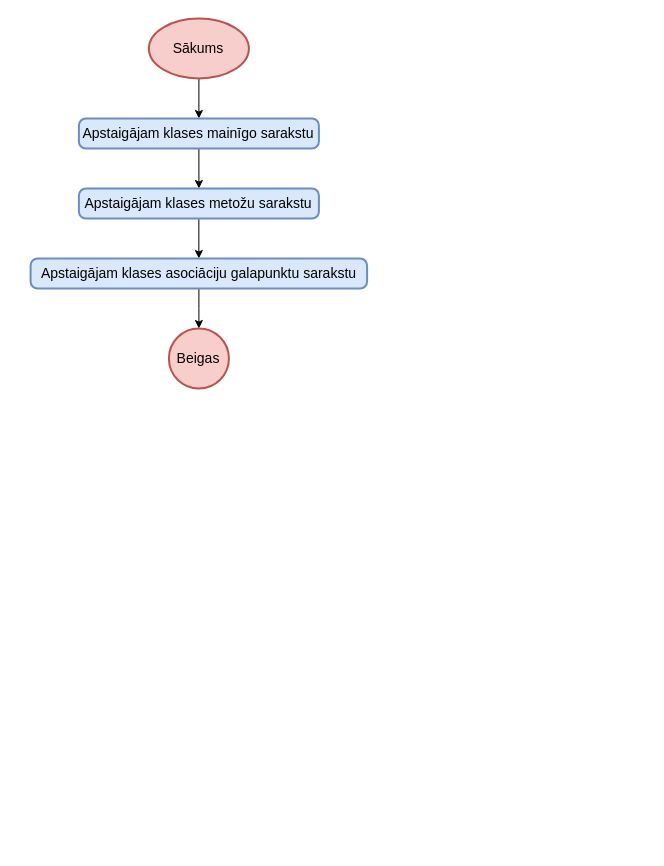
The draw.io diagram page "Mainīga vārda pārbaude" (5 of 5) of src/Kvalifikacijas darbs/Diagrammas/Kompilators/Lauki un mainīgie.drawio in artiks12/webAppOS, before the edit. Source tidied: cells renumbered, new cells numbered last; positions are measured from the earlier drawing's top-left corner, leaving out a move shared by most shapes. Both pictures are drawn from the tidied source at 100%, with x=0, y=0 at pixel (30, 18).
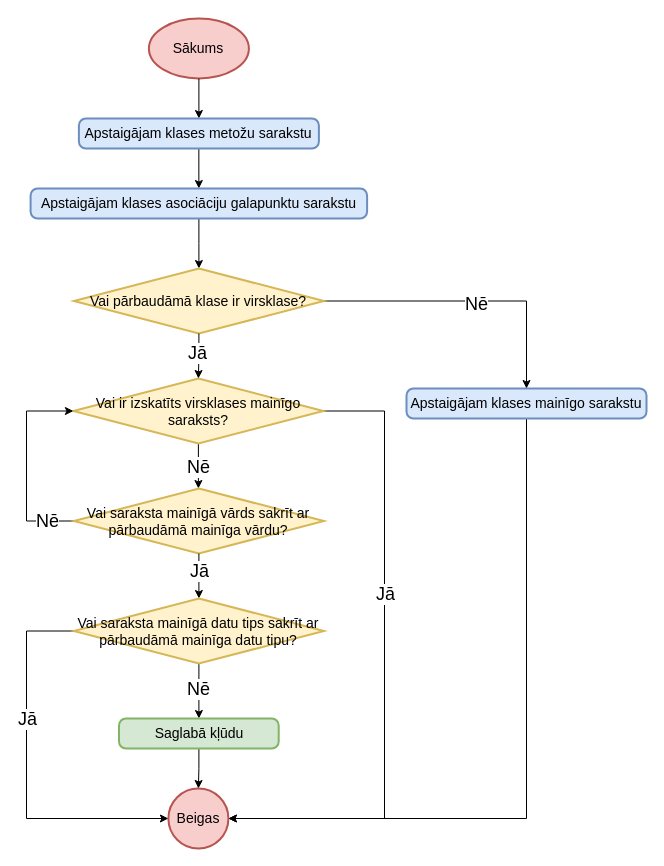
After the change.

The change refers to these unchanged cells:
```xml
<mxCell id="3" value="Sākums" style="strokeWidth=2;html=1;shape=mxgraph.flowchart.start_1;whiteSpace=wrap;fontSize=14;fillColor=#f8cecc;strokeColor=#b85450;" parent="1" vertex="1">
  <mxGeometry x="118.4" width="100" height="60" as="geometry" />
</mxCell>
```

The edit, as a diff of the source:
```diff
@@
-    <mxCell id="2" style="edgeStyle=orthogonalEdgeStyle;rounded=0;jettySize=auto;html=1;entryX=0.5;entryY=0;entryDx=0;entryDy=0;" parent="1" edge="1" source="3" target="5">
-      <mxGeometry relative="1" as="geometry" />
-    </mxCell>
@@
-    <mxCell id="4" style="edgeStyle=orthogonalEdgeStyle;rounded=0;jettySize=auto;html=1;entryX=0.5;entryY=0;entryDx=0;entryDy=0;fontSize=18;" parent="1" edge="1" source="5" target="7">
+    <mxCell id="4" style="edgeStyle=orthogonalEdgeStyle;rounded=0;jettySize=auto;html=1;entryX=0.5;entryY=0;entryDx=0;entryDy=0;fontSize=18;exitX=0.5;exitY=1;exitDx=0;exitDy=0;exitPerimeter=0;" parent="1" edge="1" source="3" target="7">
       <mxGeometry relative="1" as="geometry" />
     </mxCell>
-    <mxCell id="5" value="Apstaigājam klases mainīgo sarakstu" style="rounded=1;whiteSpace=wrap;html=1;absoluteArcSize=1;arcSize=14;strokeWidth=2;fontSize=14;fillColor=#dae8fc;strokeColor=#6c8ebf;" parent="1" vertex="1">
-      <mxGeometry x="48.4" y="100" width="240" height="30" as="geometry" />
-    </mxCell>
@@
     <mxCell id="7" value="Apstaigājam klases metožu sarakstu" style="rounded=1;whiteSpace=wrap;html=1;absoluteArcSize=1;arcSize=14;strokeWidth=2;fontSize=14;fillColor=#dae8fc;strokeColor=#6c8ebf;" parent="1" vertex="1">
-      <mxGeometry x="48.4" y="170" width="240" height="30" as="geometry" />
+      <mxGeometry x="48.4" y="100" width="240" height="30" as="geometry" />
     </mxCell>
-    <mxCell id="8" style="edgeStyle=orthogonalEdgeStyle;rounded=0;jettySize=auto;html=1;entryX=0.5;entryY=0;entryDx=0;entryDy=0;entryPerimeter=0;" parent="1" edge="1" source="9" target="10">
+    <mxCell id="8" style="edgeStyle=orthogonalEdgeStyle;rounded=0;jettySize=auto;html=1;entryX=0.5;entryY=0;entryDx=0;entryDy=0;entryPerimeter=0;" parent="1" edge="1" source="9" target="14">
       <mxGeometry relative="1" as="geometry" />
     </mxCell>
     <mxCell id="9" value="Apstaigājam klases asociāciju galapunktu sarakstu" style="rounded=1;whiteSpace=wrap;html=1;absoluteArcSize=1;arcSize=14;strokeWidth=2;fontSize=14;fillColor=#dae8fc;strokeColor=#6c8ebf;" parent="1" vertex="1">
-      <mxGeometry x="0.1" y="240" width="336.5" height="30" as="geometry" />
+      <mxGeometry x="0.1" y="170" width="336.5" height="30" as="geometry" />
     </mxCell>
+    <mxCell id="11" style="edgeStyle=orthogonalEdgeStyle;rounded=0;jettySize=auto;html=1;entryX=1;entryY=0.5;entryDx=0;entryDy=0;entryPerimeter=0;" parent="1" edge="1" source="5" target="10">
+      <mxGeometry relative="1" as="geometry">
+        <Array as="points">
+          <mxPoint x="496" y="800" />
+        </Array>
+      </mxGeometry>
+    </mxCell>
+    <mxCell id="5" value="Apstaigājam klases mainīgo sarakstu" style="rounded=1;whiteSpace=wrap;html=1;absoluteArcSize=1;arcSize=14;strokeWidth=2;fontSize=14;fillColor=#dae8fc;strokeColor=#6c8ebf;" parent="1" vertex="1">
+      <mxGeometry x="376" y="370" width="240" height="30" as="geometry" />
+    </mxCell>
     <mxCell id="10" value="Beigas" style="strokeWidth=2;html=1;shape=mxgraph.flowchart.start_2;whiteSpace=wrap;fontSize=14;fillColor=#f8cecc;strokeColor=#b85450;" parent="1" vertex="1">
-      <mxGeometry x="138.4" y="310" width="60" height="60" as="geometry" />
+      <mxGeometry x="137.9" y="770" width="60" height="60" as="geometry" />
     </mxCell>
+    <mxCell id="12" style="edgeStyle=orthogonalEdgeStyle;rounded=0;jettySize=auto;html=1;entryX=0.5;entryY=0;entryDx=0;entryDy=0;" parent="1" edge="1" source="14" target="5">
+      <mxGeometry relative="1" as="geometry" />
+    </mxCell>
+    <mxCell id="13" value="&lt;font style=&quot;font-size: 18px&quot;&gt;Nē&lt;/font&gt;" style="edgeLabel;html=1;align=center;verticalAlign=middle;" parent="12" vertex="1">
+      <mxGeometry x="0.05" y="-2" relative="1" as="geometry">
+        <mxPoint y="1" as="offset" />
+      </mxGeometry>
+    </mxCell>
+    <mxCell id="14" value="Vai pārbaudāmā klase ir virsklase?" style="strokeWidth=2;html=1;shape=mxgraph.flowchart.decision;whiteSpace=wrap;fontSize=14;fillColor=#fff2cc;strokeColor=#d6b656;" parent="1" vertex="1">
+      <mxGeometry x="43.4" y="250" width="250" height="65" as="geometry" />
+    </mxCell>
+    <mxCell id="15" style="edgeStyle=orthogonalEdgeStyle;rounded=0;jettySize=auto;html=1;fontSize=18;" parent="1" edge="1" target="22">
+      <mxGeometry relative="1" as="geometry">
+        <mxPoint x="167.9" y="425" as="sourcePoint" />
+      </mxGeometry>
+    </mxCell>
+    <mxCell id="16" value="Nē" style="edgeLabel;html=1;align=center;verticalAlign=middle;fontSize=18;labelBackgroundColor=#FFFFFF;" parent="15" vertex="1">
+      <mxGeometry x="0.24" y="1" relative="1" as="geometry">
+        <mxPoint x="-1" y="-5" as="offset" />
+      </mxGeometry>
+    </mxCell>
+    <mxCell id="17" style="edgeStyle=orthogonalEdgeStyle;rounded=0;jettySize=auto;html=1;exitX=1;exitY=0.5;exitDx=0;exitDy=0;exitPerimeter=0;fontSize=18;entryX=1;entryY=0.5;entryDx=0;entryDy=0;entryPerimeter=0;" parent="1" edge="1" source="19" target="10">
+      <mxGeometry relative="1" as="geometry">
+        <Array as="points">
+          <mxPoint x="354" y="393" />
+          <mxPoint x="354" y="800" />
+        </Array>
+      </mxGeometry>
+    </mxCell>
+    <mxCell id="18" value="Jā" style="edgeLabel;html=1;align=center;verticalAlign=middle;fontSize=18;labelBackgroundColor=#FFFFFF;" parent="17" vertex="1">
+      <mxGeometry x="-0.22" relative="1" as="geometry" />
+    </mxCell>
+    <mxCell id="19" value="Vai ir izskatīts virsklases mainīgo saraksts?" style="strokeWidth=2;html=1;shape=mxgraph.flowchart.decision;whiteSpace=wrap;fontSize=14;fillColor=#fff2cc;strokeColor=#d6b656;" parent="1" vertex="1">
+      <mxGeometry x="42.9" y="360" width="250" height="65" as="geometry" />
+    </mxCell>
+    <mxCell id="20" style="edgeStyle=orthogonalEdgeStyle;rounded=0;jettySize=auto;html=1;entryX=0;entryY=0.5;entryDx=0;entryDy=0;entryPerimeter=0;fontSize=18;exitX=0;exitY=0.5;exitDx=0;exitDy=0;exitPerimeter=0;" parent="1" edge="1" source="22" target="19">
+      <mxGeometry relative="1" as="geometry">
+        <Array as="points">
+          <mxPoint x="-4" y="503" />
+          <mxPoint x="-4" y="393" />
+        </Array>
+      </mxGeometry>
+    </mxCell>
+    <mxCell id="21" value="&lt;font style=&quot;font-size: 18px&quot;&gt;Nē&lt;/font&gt;" style="edgeLabel;html=1;align=center;verticalAlign=middle;labelBackgroundColor=#FFFFFF;" parent="20" vertex="1">
+      <mxGeometry x="0.16" y="-1" relative="1" as="geometry">
+        <mxPoint x="19" y="71" as="offset" />
+      </mxGeometry>
+    </mxCell>
+    <mxCell id="22" value="Vai saraksta mainīgā vārds sakrīt ar pārbaudāmā mainīga vārdu?" style="strokeWidth=2;html=1;shape=mxgraph.flowchart.decision;whiteSpace=wrap;fontSize=14;fillColor=#fff2cc;strokeColor=#d6b656;" parent="1" vertex="1">
+      <mxGeometry x="43.4" y="470" width="250" height="65" as="geometry" />
+    </mxCell>
+    <mxCell id="23" style="edgeStyle=orthogonalEdgeStyle;rounded=0;jettySize=auto;html=1;entryX=0.5;entryY=0;entryDx=0;entryDy=0;entryPerimeter=0;fontSize=18;exitX=0.5;exitY=1;exitDx=0;exitDy=0;exitPerimeter=0;" parent="1" edge="1" source="14" target="19">
+      <mxGeometry relative="1" as="geometry" />
+    </mxCell>
+    <mxCell id="24" value="Jā" style="edgeLabel;html=1;align=center;verticalAlign=middle;fontSize=18;labelBackgroundColor=#FFFFFF;" parent="1" vertex="1">
+      <mxGeometry x="166.9" y="334" as="geometry" />
+    </mxCell>
+    <mxCell id="25" style="edgeStyle=orthogonalEdgeStyle;rounded=0;jettySize=auto;html=1;fontSize=18;entryX=0.5;entryY=0;entryDx=0;entryDy=0;entryPerimeter=0;exitX=0.5;exitY=1;exitDx=0;exitDy=0;exitPerimeter=0;" parent="1" edge="1" source="22" target="30">
+      <mxGeometry relative="1" as="geometry" />
+    </mxCell>
+    <mxCell id="26" value="Jā" style="edgeLabel;html=1;align=center;verticalAlign=middle;fontSize=18;labelBackgroundColor=#FFFFFF;" parent="25" vertex="1">
+      <mxGeometry x="-0.23" relative="1" as="geometry" />
+    </mxCell>
+    <mxCell id="27" style="edgeStyle=orthogonalEdgeStyle;rounded=0;jettySize=auto;html=1;" parent="1" edge="1" source="30" target="32">
+      <mxGeometry relative="1" as="geometry" />
+    </mxCell>
+    <mxCell id="28" style="edgeStyle=orthogonalEdgeStyle;rounded=0;jettySize=auto;html=1;entryX=0;entryY=0.5;entryDx=0;entryDy=0;entryPerimeter=0;" parent="1" edge="1" source="30" target="10">
+      <mxGeometry relative="1" as="geometry">
+        <Array as="points">
+          <mxPoint x="-4" y="613" />
+          <mxPoint x="-4" y="800" />
+        </Array>
+      </mxGeometry>
+    </mxCell>
+    <mxCell id="29" value="&lt;font style=&quot;font-size: 18px&quot;&gt;Jā&lt;/font&gt;" style="edgeLabel;html=1;align=center;verticalAlign=middle;" parent="28" vertex="1">
+      <mxGeometry x="-0.45" y="1" relative="1" as="geometry">
+        <mxPoint x="-1" y="31" as="offset" />
+      </mxGeometry>
+    </mxCell>
+    <mxCell id="30" value="Vai saraksta mainīgā datu tips sakrīt ar pārbaudāmā mainīga datu tipu?" style="strokeWidth=2;html=1;shape=mxgraph.flowchart.decision;whiteSpace=wrap;fontSize=14;fillColor=#fff2cc;strokeColor=#d6b656;" parent="1" vertex="1">
+      <mxGeometry x="43.4" y="580" width="250" height="65" as="geometry" />
+    </mxCell>
+    <mxCell id="31" style="edgeStyle=orthogonalEdgeStyle;rounded=0;jettySize=auto;html=1;" parent="1" edge="1" source="32" target="10">
+      <mxGeometry relative="1" as="geometry" />
+    </mxCell>
+    <mxCell id="32" value="Saglabā kļūdu" style="rounded=1;whiteSpace=wrap;html=1;absoluteArcSize=1;arcSize=14;strokeWidth=2;fontSize=14;fillColor=#d5e8d4;strokeColor=#82b366;" parent="1" vertex="1">
+      <mxGeometry x="88.5" y="700" width="159.7" height="30" as="geometry" />
+    </mxCell>
+    <mxCell id="33" value="Nē" style="edgeLabel;html=1;align=center;verticalAlign=middle;fontSize=18;labelBackgroundColor=#FFFFFF;" parent="1" vertex="1">
+      <mxGeometry x="167.9" y="670" as="geometry" />
+    </mxCell>
```
